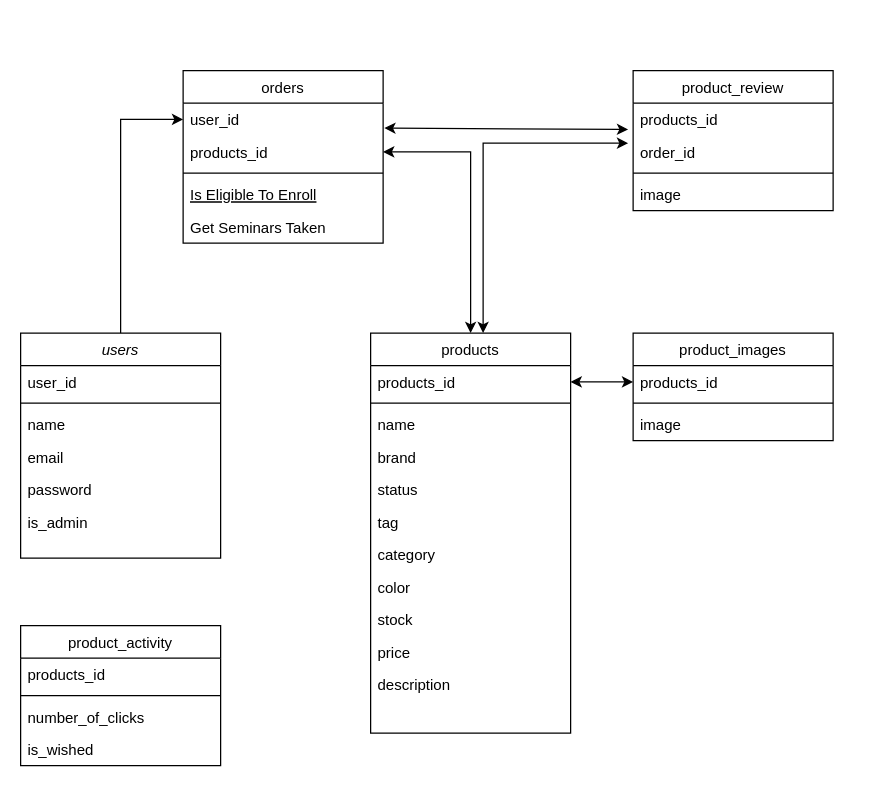
Before: Untitled Diagram.drawio in code-a11ly/Draw.io, a draw.io diagram. Source tidied: cells renumbered, new cells numbered last; positions are measured from the earlier drawing's top-left corner, leaving out a move shared by most shapes. Both pictures are drawn from the tidied source at 125%, with x=0, y=0 at pixel (20, 70).
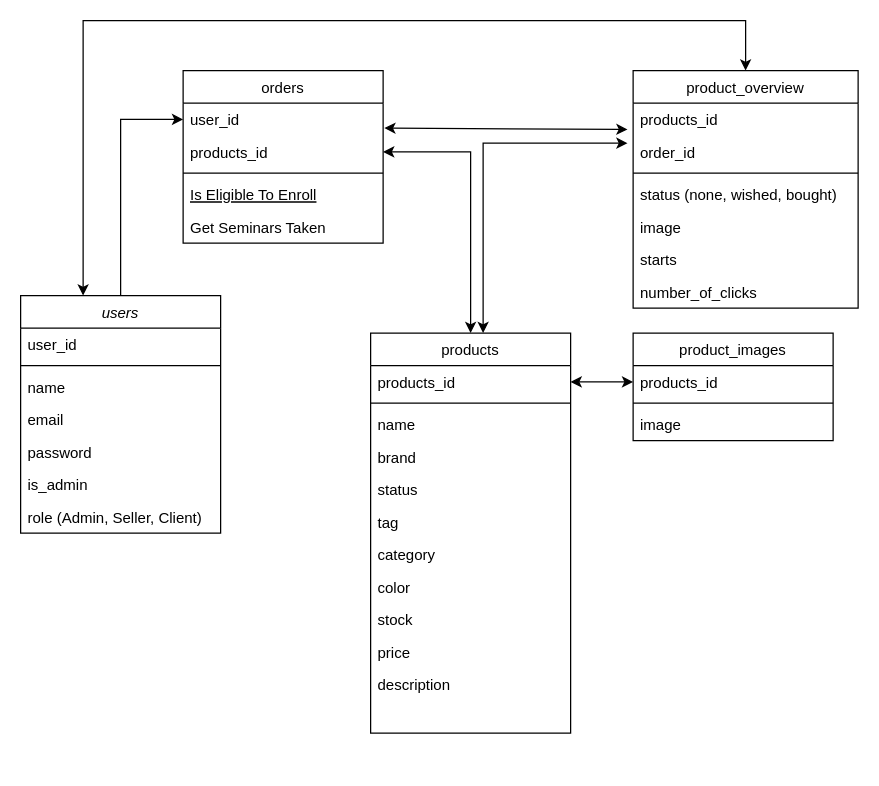
The same page after the edit.

The edit, as a diff of the source:
```diff
@@
     <mxCell id="3" value="users" style="swimlane;fontStyle=2;align=center;verticalAlign=top;horizontal=1;startSize=26;rounded=0;shadow=0;strokeWidth=1;" parent="1" vertex="1">
-      <mxGeometry y="210" width="160" height="180" as="geometry" />
+      <mxGeometry y="180" width="160" height="190" as="geometry" />
     </mxCell>
@@
+    <mxCell id="46" value="role (Admin, Seller, Client)" style="text;align=left;verticalAlign=top;spacingLeft=4;spacingRight=4;overflow=hidden;" parent="3" vertex="1">
+      <mxGeometry y="164" width="160" height="26" as="geometry" />
+    </mxCell>
@@
-    <mxCell id="34" value="product_review" style="swimlane;fontStyle=0;align=center;verticalAlign=top;horizontal=1;startSize=26;rounded=0;shadow=0;strokeWidth=1;" parent="1" vertex="1">
-      <mxGeometry x="490" width="160" height="112" as="geometry" />
+    <mxCell id="34" value="product_overview" style="swimlane;fontStyle=0;align=center;verticalAlign=top;horizontal=1;startSize=26;rounded=0;shadow=0;strokeWidth=1;" parent="1" vertex="1">
+      <mxGeometry x="490" width="180" height="190" as="geometry" />
     </mxCell>
     <mxCell id="35" value="products_id" style="text;align=left;verticalAlign=top;spacingLeft=4;spacingRight=4;overflow=hidden;points=[[0,0.5],[1,0.5]];portConstraint=eastwest;rounded=0;shadow=0;html=0;" parent="34" vertex="1">
-      <mxGeometry y="26" width="160" height="26" as="geometry" />
+      <mxGeometry y="26" width="180" height="26" as="geometry" />
     </mxCell>
     <mxCell id="36" value="order_id" style="text;align=left;verticalAlign=top;spacingLeft=4;spacingRight=4;overflow=hidden;points=[[0,0.5],[1,0.5]];portConstraint=eastwest;" parent="34" vertex="1">
-      <mxGeometry y="52" width="160" height="26" as="geometry" />
+      <mxGeometry y="52" width="180" height="26" as="geometry" />
     </mxCell>
     <mxCell id="37" style="line;html=1;strokeWidth=1;align=left;verticalAlign=middle;spacingTop=-1;spacingLeft=3;spacingRight=3;labelPosition=right;" parent="34" vertex="1">
-      <mxGeometry y="78" width="160" height="8" as="geometry" />
+      <mxGeometry y="78" width="180" height="8" as="geometry" />
     </mxCell>
+    <mxCell id="47" value="status (none, wished, bought)" style="text;align=left;verticalAlign=top;spacingLeft=4;spacingRight=4;overflow=hidden;rounded=0;shadow=0;html=0;" parent="34" vertex="1">
+      <mxGeometry y="86" width="180" height="26" as="geometry" />
+    </mxCell>
     <mxCell id="38" value="image" style="text;align=left;verticalAlign=top;spacingLeft=4;spacingRight=4;overflow=hidden;rounded=0;shadow=0;html=0;" parent="34" vertex="1">
-      <mxGeometry y="86" width="160" height="26" as="geometry" />
+      <mxGeometry y="112" width="180" height="26" as="geometry" />
     </mxCell>
+    <mxCell id="48" value="starts" style="text;align=left;verticalAlign=top;spacingLeft=4;spacingRight=4;overflow=hidden;rounded=0;shadow=0;html=0;" parent="34" vertex="1">
+      <mxGeometry y="138" width="180" height="26" as="geometry" />
+    </mxCell>
+    <mxCell id="44" value="number_of_clicks" style="text;align=left;verticalAlign=top;spacingLeft=4;spacingRight=4;overflow=hidden;rounded=0;shadow=0;html=0;" parent="34" vertex="1">
+      <mxGeometry y="164" width="180" height="26" as="geometry" />
+    </mxCell>
@@
-    <mxCell id="41" value="product_activity" style="swimlane;fontStyle=0;align=center;verticalAlign=top;horizontal=1;startSize=26;rounded=0;shadow=0;strokeWidth=1;" parent="1" vertex="1">
-      <mxGeometry y="444" width="160" height="112" as="geometry" />
-    </mxCell>
-    <mxCell id="42" value="products_id" style="text;align=left;verticalAlign=top;spacingLeft=4;spacingRight=4;overflow=hidden;rounded=0;shadow=0;html=0;" parent="41" vertex="1">
-      <mxGeometry y="26" width="160" height="26" as="geometry" />
-    </mxCell>
-    <mxCell id="43" style="line;html=1;strokeWidth=1;align=left;verticalAlign=middle;spacingTop=-1;spacingLeft=3;spacingRight=3;labelPosition=right;" parent="41" vertex="1">
-      <mxGeometry y="52" width="160" height="8" as="geometry" />
-    </mxCell>
-    <mxCell id="44" value="number_of_clicks" style="text;align=left;verticalAlign=top;spacingLeft=4;spacingRight=4;overflow=hidden;rounded=0;shadow=0;html=0;" parent="41" vertex="1">
-      <mxGeometry y="60" width="160" height="26" as="geometry" />
-    </mxCell>
-    <mxCell id="45" value="is_wished" style="text;align=left;verticalAlign=top;spacingLeft=4;spacingRight=4;overflow=hidden;rounded=0;shadow=0;html=0;" parent="41" vertex="1">
-      <mxGeometry y="86" width="160" height="26" as="geometry" />
-    </mxCell>
+    <mxCell id="49" style="endArrow=classic;startArrow=classic;html=1;rounded=0;entryX=0.5;entryY=0;entryDx=0;entryDy=0;" parent="1" edge="1" target="34">
+      <mxGeometry relative="1" as="geometry">
+        <mxPoint x="50" y="180" as="sourcePoint" />
+        <Array as="points">
+          <mxPoint x="50" y="-40" />
+          <mxPoint x="580" y="-40" />
+        </Array>
+      </mxGeometry>
+    </mxCell>
```
